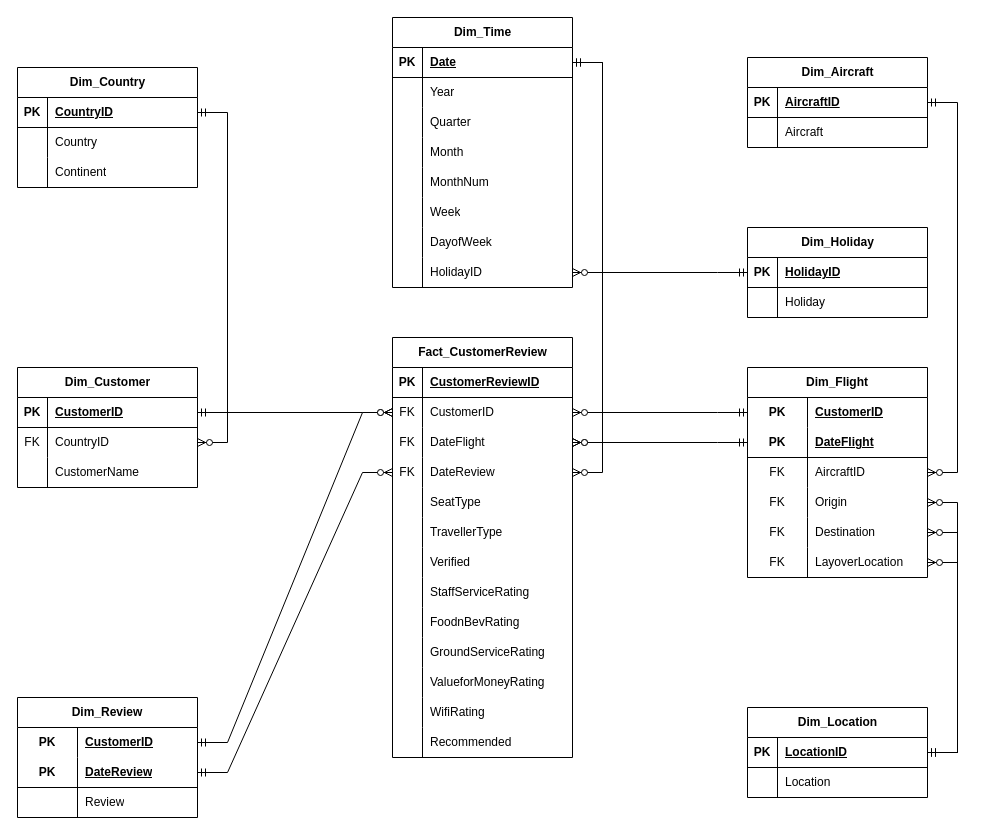
Above: diagram/Schema.drawio in MarkPhamm/British-Airway (draw.io), before the change. Source tidied: cells renumbered, new cells numbered last; positions are measured from the earlier drawing's top-left corner, leaving out a move shared by most shapes. Both pictures are drawn from the tidied source at 100%, with x=0, y=0 at pixel (17, 17).
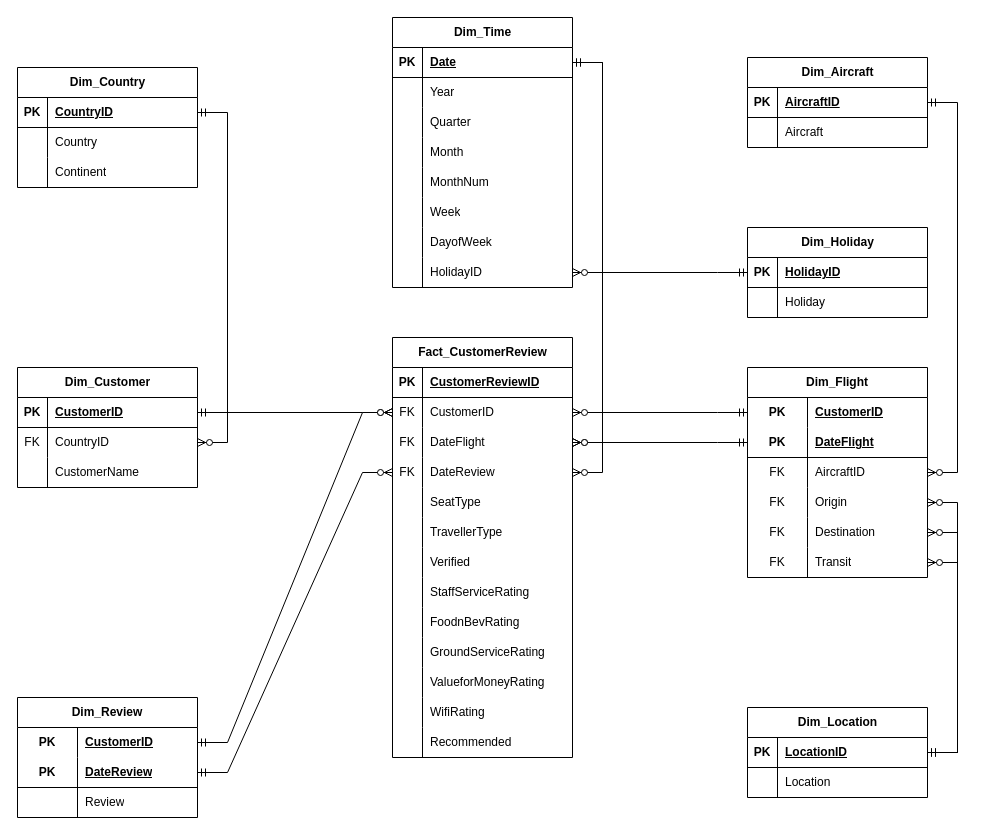
After the change.

The change refers to these unchanged cells:
```xml
<mxCell id="117" style="shape=tableRow;horizontal=0;startSize=0;swimlaneHead=0;swimlaneBody=0;fillColor=none;points=[[0,0.5],[1,0.5]];portConstraint=eastwest;top=0;left=0;right=0;bottom=0;html=1;" parent="101" vertex="1">
  <mxGeometry y="180" width="180" height="30" as="geometry" />
</mxCell>
```

Diff of the diagram source:
```diff
@@
-    <mxCell id="119" value="LayoverLocation" style="shape=partialRectangle;fillColor=none;top=0;left=0;bottom=0;right=0;align=left;spacingLeft=6;overflow=hidden;html=1;whiteSpace=wrap;" parent="117" vertex="1">
+    <mxCell id="119" value="Transit" style="shape=partialRectangle;fillColor=none;top=0;left=0;bottom=0;right=0;align=left;spacingLeft=6;overflow=hidden;html=1;whiteSpace=wrap;" parent="117" vertex="1">
       <mxGeometry x="60" width="120" height="30" as="geometry" />
     </mxCell>
```
